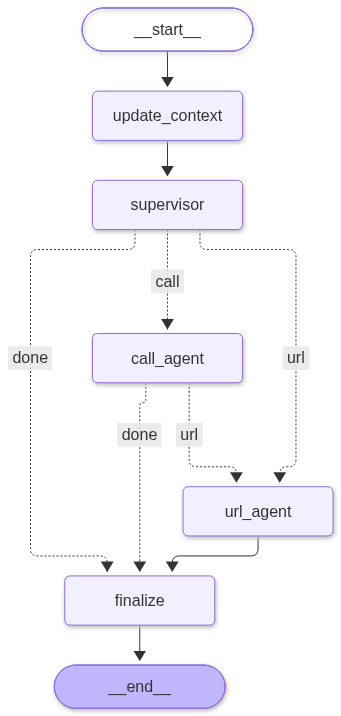
This is docs/architecture/supervisor-langgraph.png from M4-Scamshield/scam-agent, a Mermaid export, as it was before one commit. Its source is kept beside it as docs/architecture/supervisor-langgraph.mmd. Its diagram source:
```mermaid
---
config:
  flowchart:
    curve: linear
---
graph TD;
	__start__([<p>__start__</p>]):::first
	update_context(update_context)
	supervisor(supervisor)
	call_agent(call_agent)
	url_agent(url_agent)
	finalize(finalize)
	__end__([<p>__end__</p>]):::last
	__start__ --> update_context;
	call_agent -. &nbsp;done&nbsp; .-> finalize;
	call_agent -. &nbsp;url&nbsp; .-> url_agent;
	supervisor -. &nbsp;call&nbsp; .-> call_agent;
	supervisor -. &nbsp;done&nbsp; .-> finalize;
	supervisor -. &nbsp;url&nbsp; .-> url_agent;
	update_context --> supervisor;
	url_agent --> finalize;
	finalize --> __end__;
	classDef default fill:#f2f0ff,line-height:1.2
	classDef first fill-opacity:0
	classDef last fill:#bfb6fc
```
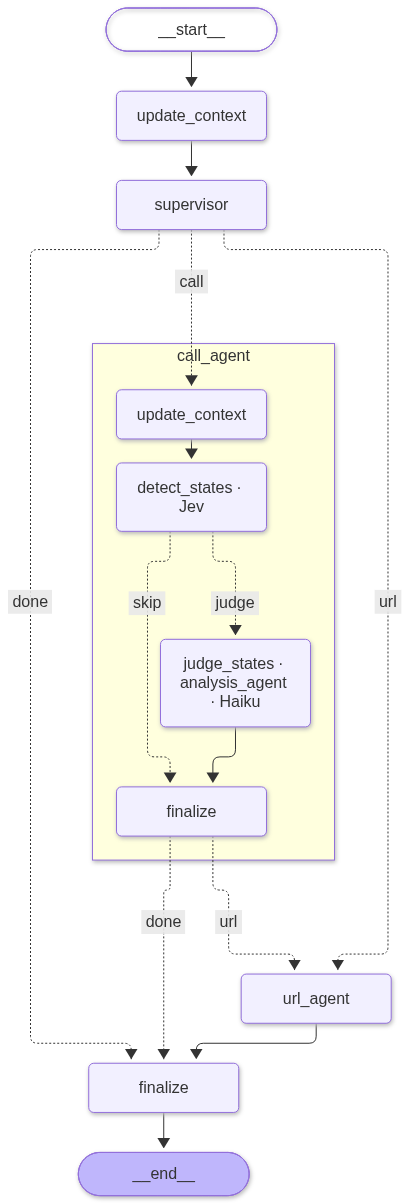
Later version of the same file.

Diff of the diagram source:
```diff
@@ -7,19 +7,28 @@
 	__start__([<p>__start__</p>]):::first
 	update_context(update_context)
 	supervisor(supervisor)
-	call_agent(call_agent)
 	url_agent(url_agent)
 	finalize(finalize)
 	__end__([<p>__end__</p>]):::last
 	__start__ --> update_context;
-	call_agent -. &nbsp;done&nbsp; .-> finalize;
-	call_agent -. &nbsp;url&nbsp; .-> url_agent;
-	supervisor -. &nbsp;call&nbsp; .-> call_agent;
 	supervisor -. &nbsp;done&nbsp; .-> finalize;
 	supervisor -. &nbsp;url&nbsp; .-> url_agent;
 	update_context --> supervisor;
 	url_agent --> finalize;
 	finalize --> __end__;
+	supervisor -. &nbsp;call&nbsp; .-> call_agent\3aupdate_context;
+	call_agent\3afinalize -. &nbsp;done&nbsp; .-> finalize;
+	call_agent\3afinalize -. &nbsp;url&nbsp; .-> url_agent;
+	subgraph call_agent
+	call_agent\3aupdate_context(update_context)
+	call_agent\3adetect_states(detect_states · Jev)
+	call_agent\3ajudge_states(judge_states · analysis_agent · Haiku)
+	call_agent\3afinalize(finalize)
+	call_agent\3adetect_states -. &nbsp;skip&nbsp; .-> call_agent\3afinalize;
+	call_agent\3adetect_states -. &nbsp;judge&nbsp; .-> call_agent\3ajudge_states;
+	call_agent\3ajudge_states --> call_agent\3afinalize;
+	call_agent\3aupdate_context --> call_agent\3adetect_states;
+	end
 	classDef default fill:#f2f0ff,line-height:1.2
 	classDef first fill-opacity:0
 	classDef last fill:#bfb6fc
```
